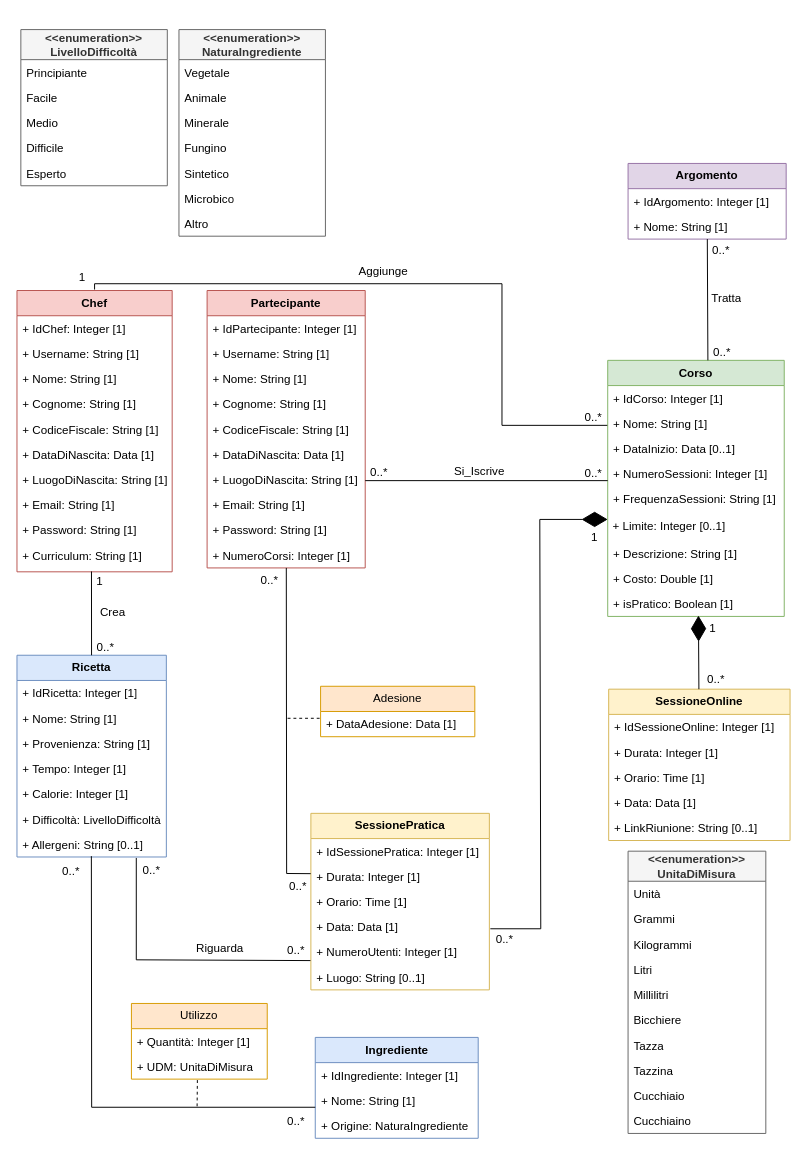
Above: Database/tmp concettuale/UninaFoodLab_UML_Ristrutturato.drawio in kiyx/UninaFoodLab (draw.io), before the change. Source tidied: cells renumbered, new cells numbered last; positions are measured from the earlier drawing's top-left corner, leaving out a move shared by most shapes. Both pictures are drawn from the tidied source at 97%, with x=0, y=0 at pixel (16, 29).
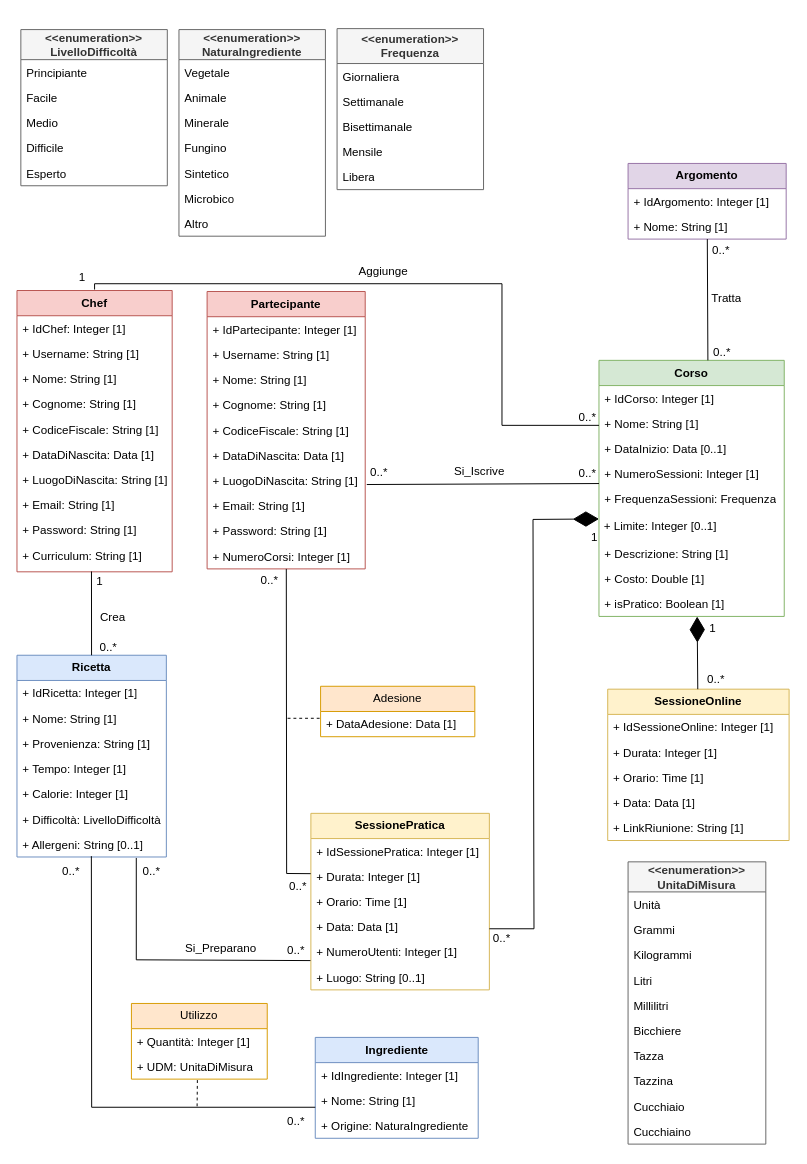
Above is the later version.

Unchanged cells that the change refers to:
```xml
<mxCell id="53" value="&lt;div style=&quot;text-align: left;&quot;&gt;&lt;b&gt;Argomento&lt;/b&gt;&lt;/div&gt;" style="swimlane;fontStyle=0;horizontal=1;startSize=26;whiteSpace=wrap;html=1;fillColor=#e1d5e7;strokeColor=#9673a6;" parent="1" vertex="1">
  <mxGeometry x="630" y="138" width="163" height="78" as="geometry" />
</mxCell>
<mxCell id="74" value="+ Allergeni: String [0..1]" style="text;strokeColor=none;fillColor=none;align=left;verticalAlign=top;spacingLeft=4;spacingRight=4;overflow=hidden;points=[[0,0.5],[1,0.5]];portConstraint=eastwest;whiteSpace=wrap;html=1;" parent="67" vertex="1">
  <mxGeometry y="182" width="154" height="26" as="geometry" />
</mxCell>
```

The edit, as a diff of the source:
```diff
@@
-    <mxCell id="2" value="0..*" style="text;html=1;align=center;verticalAlign=middle;strokeColor=none;fillColor=none;" parent="1" vertex="1">
-      <mxGeometry x="355" y="444" width="36" height="26" as="geometry" />
-    </mxCell>
-    <mxCell id="3" value="0..*" style="text;html=1;align=center;verticalAlign=middle;strokeColor=none;fillColor=none;" parent="1" vertex="1">
-      <mxGeometry x="576" y="445" width="36" height="26" as="geometry" />
-    </mxCell>
-    <mxCell id="4" value="Riguarda" style="text;html=1;align=center;verticalAlign=middle;strokeColor=none;fillColor=none;" parent="1" vertex="1">
-      <mxGeometry x="175" y="934" width="67" height="26" as="geometry" />
-    </mxCell>
-    <mxCell id="5" value="0..*" style="text;html=1;align=center;verticalAlign=middle;whiteSpace=wrap;rounded=0;" parent="1" vertex="1">
-      <mxGeometry x="487" y="927" width="32" height="21" as="geometry" />
-    </mxCell>
-    <mxCell id="6" value="1" style="edgeLabel;html=1;align=right;verticalAlign=bottom;fontSize=12;" parent="1" vertex="1">
-      <mxGeometry x="570" y="581" as="geometry">
-        <mxPoint x="29" y="-49" as="offset" />
-      </mxGeometry>
-    </mxCell>
-    <mxCell id="7" value="0..*" style="text;html=1;align=center;verticalAlign=middle;strokeColor=none;fillColor=none;" parent="1" vertex="1">
-      <mxGeometry x="576" y="387" width="36" height="26" as="geometry" />
-    </mxCell>
+    <mxCell id="126" value="0..*" style="text;html=1;align=center;verticalAlign=middle;points=[];strokeColor=none;fillColor=none;" parent="1" vertex="1">
+      <mxGeometry x="355" y="444" width="36" height="26" as="geometry" />
+    </mxCell>
+    <mxCell id="127" value="0..*" style="text;html=1;align=center;verticalAlign=middle;strokeColor=none;fillColor=none;" parent="1" vertex="1">
+      <mxGeometry x="570" y="445" width="36" height="26" as="geometry" />
+    </mxCell>
+    <mxCell id="128" value="Si_Preparano" style="text;html=1;align=center;verticalAlign=middle;strokeColor=none;fillColor=none;" parent="1" vertex="1">
+      <mxGeometry x="164" y="934" width="91" height="26" as="geometry" />
+    </mxCell>
+    <mxCell id="129" value="0..*" style="text;html=1;align=center;verticalAlign=middle;whiteSpace=wrap;rounded=0;" parent="1" vertex="1">
+      <mxGeometry x="484" y="926.5" width="32" height="21" as="geometry" />
+    </mxCell>
+    <mxCell id="130" value="1" style="edgeLabel;html=1;align=right;verticalAlign=bottom;fontSize=12;" parent="1" vertex="1">
+      <mxGeometry x="570" y="581" as="geometry">
+        <mxPoint x="29" y="-49" as="offset" />
+      </mxGeometry>
+    </mxCell>
+    <mxCell id="131" value="0..*" style="text;html=1;align=center;verticalAlign=middle;strokeColor=none;fillColor=none;" parent="1" vertex="1">
+      <mxGeometry x="570" y="387" width="36" height="26" as="geometry" />
+    </mxCell>
@@
-    <mxCell id="9" value="0..*" style="text;html=1;align=center;verticalAlign=middle;strokeColor=none;fillColor=none;" parent="1" vertex="1">
-      <mxGeometry x="242" y="555" width="36" height="26" as="geometry" />
-    </mxCell>
+    <mxCell id="132" value="0..*" style="text;html=1;align=center;verticalAlign=middle;strokeColor=none;fillColor=none;" parent="1" vertex="1">
+      <mxGeometry x="242" y="555" width="36" height="26" as="geometry" />
+    </mxCell>
@@
-    <mxCell id="11" value="0..*" style="edgeLabel;html=1;align=left;verticalAlign=bottom;fontSize=12;" parent="1" vertex="1">
-      <mxGeometry x="254" y="889" as="geometry">
-        <mxPoint x="25" y="3" as="offset" />
-      </mxGeometry>
-    </mxCell>
+    <mxCell id="133" value="0..*" style="edgeLabel;html=1;align=left;verticalAlign=bottom;fontSize=12;" parent="1" vertex="1">
+      <mxGeometry x="254" y="889" as="geometry">
+        <mxPoint x="25" y="3" as="offset" />
+      </mxGeometry>
+    </mxCell>
@@
-    <mxCell id="26" value="0..*" style="text;html=1;align=center;verticalAlign=middle;whiteSpace=wrap;rounded=0;" parent="1" vertex="1">
-      <mxGeometry x="26" y="853" width="60" height="30" as="geometry" />
-    </mxCell>
-    <mxCell id="27" value="0..*" style="text;html=1;align=center;verticalAlign=middle;whiteSpace=wrap;rounded=0;" parent="1" vertex="1">
-      <mxGeometry x="258" y="1111" width="60" height="30" as="geometry" />
-    </mxCell>
+    <mxCell id="134" value="0..*" style="text;html=1;align=center;verticalAlign=middle;whiteSpace=wrap;rounded=0;" parent="1" vertex="1">
+      <mxGeometry x="26" y="853" width="60" height="30" as="geometry" />
+    </mxCell>
+    <mxCell id="135" value="0..*" style="text;html=1;align=center;verticalAlign=middle;whiteSpace=wrap;rounded=0;" parent="1" vertex="1">
+      <mxGeometry x="258" y="1111" width="60" height="30" as="geometry" />
+    </mxCell>
@@
-    <mxCell id="29" value="0..*" style="text;html=1;align=center;verticalAlign=middle;whiteSpace=wrap;rounded=0;" parent="1" vertex="1">
-      <mxGeometry x="697" y="318" width="60" height="30" as="geometry" />
-    </mxCell>
-    <mxCell id="30" value="1" style="edgeLabel;html=1;align=right;verticalAlign=bottom;fontSize=12;" parent="1" vertex="1">
-      <mxGeometry x="692" y="675" as="geometry">
-        <mxPoint x="29" y="-49" as="offset" />
-      </mxGeometry>
-    </mxCell>
-    <mxCell id="31" value="0..*" style="text;html=1;align=center;verticalAlign=middle;whiteSpace=wrap;rounded=0;" parent="1" vertex="1">
-      <mxGeometry x="705" y="659" width="32" height="21" as="geometry" />
-    </mxCell>
+    <mxCell id="136" value="0..*" style="text;html=1;align=center;verticalAlign=middle;whiteSpace=wrap;rounded=0;" parent="1" vertex="1">
+      <mxGeometry x="697" y="318" width="60" height="30" as="geometry" />
+    </mxCell>
+    <mxCell id="137" value="1" style="edgeLabel;html=1;align=right;verticalAlign=bottom;fontSize=12;" parent="1" vertex="1">
+      <mxGeometry x="692" y="675" as="geometry">
+        <mxPoint x="29" y="-49" as="offset" />
+      </mxGeometry>
+    </mxCell>
+    <mxCell id="138" value="0..*" style="text;html=1;align=center;verticalAlign=middle;whiteSpace=wrap;rounded=0;" parent="1" vertex="1">
+      <mxGeometry x="705" y="659" width="32" height="21" as="geometry" />
+    </mxCell>
     <mxCell id="32" value="&lt;div&gt;&lt;span style=&quot;font-weight: 700;&quot;&gt;&amp;lt;&amp;lt;enumeration&amp;gt;&amp;gt;&lt;/span&gt;&lt;b&gt;&lt;/b&gt;&lt;/div&gt;&lt;div&gt;&lt;b&gt;UnitaDiMisura&lt;/b&gt;&lt;/div&gt;" style="swimlane;fontStyle=0;horizontal=1;startSize=31;fillColor=#f5f5f5;whiteSpace=wrap;html=1;strokeColor=#666666;fontColor=#333333;" parent="1" vertex="1">
-      <mxGeometry x="630" y="847" width="142" height="291" as="geometry" />
+      <mxGeometry x="630" y="858" width="142" height="291" as="geometry" />
     </mxCell>
@@
     <mxCell id="43" value="Corso" style="swimlane;fontStyle=1;align=center;verticalAlign=top;horizontal=1;startSize=26;whiteSpace=wrap;html=1;fillColor=#d5e8d4;strokeColor=#82b366;" parent="1" vertex="1">
-      <mxGeometry x="609" y="341" width="182" height="264" as="geometry" />
+      <mxGeometry x="600" y="341" width="191" height="264" as="geometry" />
     </mxCell>
     <mxCell id="44" value="+ IdCorso: Integer [1]" style="text;strokeColor=none;fillColor=none;align=left;verticalAlign=top;spacingLeft=4;spacingRight=4;overflow=hidden;whiteSpace=wrap;html=1;" parent="43" vertex="1">
-      <mxGeometry y="26" width="182" height="26" as="geometry" />
+      <mxGeometry y="26" width="191" height="26" as="geometry" />
     </mxCell>
     <mxCell id="45" value="+ Nome: String [1]" style="text;strokeColor=none;fillColor=none;align=left;verticalAlign=top;spacingLeft=4;spacingRight=4;overflow=hidden;whiteSpace=wrap;html=1;" parent="43" vertex="1">
-      <mxGeometry y="52" width="182" height="26" as="geometry" />
+      <mxGeometry y="52" width="191" height="26" as="geometry" />
     </mxCell>
     <mxCell id="46" value="+ DataInizio: Data [0..1]" style="text;strokeColor=none;fillColor=none;align=left;verticalAlign=top;spacingLeft=4;spacingRight=4;overflow=hidden;whiteSpace=wrap;html=1;" parent="43" vertex="1">
-      <mxGeometry y="78" width="182" height="26" as="geometry" />
+      <mxGeometry y="78" width="191" height="26" as="geometry" />
     </mxCell>
     <mxCell id="47" value="+ NumeroSessioni: Integer [1]" style="text;strokeColor=none;fillColor=none;align=left;verticalAlign=top;spacingLeft=4;spacingRight=4;overflow=hidden;whiteSpace=wrap;html=1;" parent="43" vertex="1">
-      <mxGeometry y="104" width="182" height="26" as="geometry" />
+      <mxGeometry y="104" width="191" height="26" as="geometry" />
     </mxCell>
-    <mxCell id="48" value="+ FrequenzaSessioni: String [1]" style="text;strokeColor=none;fillColor=none;align=left;verticalAlign=top;spacingLeft=4;spacingRight=4;overflow=hidden;whiteSpace=wrap;html=1;" parent="43" vertex="1">
-      <mxGeometry y="130" width="182" height="26" as="geometry" />
-    </mxCell>
+    <mxCell id="139" value="+ FrequenzaSessioni: Frequenza" style="text;strokeColor=none;fillColor=none;align=left;verticalAlign=top;spacingLeft=4;spacingRight=4;overflow=hidden;whiteSpace=wrap;html=1;" parent="43" vertex="1">
+      <mxGeometry y="130" width="191" height="26" as="geometry" />
+    </mxCell>
     <mxCell id="49" value="&amp;nbsp;+ Limite: Integer [0..1]" style="text;html=1;align=left;verticalAlign=middle;whiteSpace=wrap;rounded=0;" parent="43" vertex="1">
-      <mxGeometry y="156" width="182" height="30" as="geometry" />
+      <mxGeometry y="156" width="191" height="30" as="geometry" />
     </mxCell>
     <mxCell id="50" value="+ Descrizione: String [1]" style="text;strokeColor=none;fillColor=none;align=left;verticalAlign=top;spacingLeft=4;spacingRight=4;overflow=hidden;whiteSpace=wrap;html=1;" parent="43" vertex="1">
-      <mxGeometry y="186" width="182" height="26" as="geometry" />
+      <mxGeometry y="186" width="191" height="26" as="geometry" />
     </mxCell>
     <mxCell id="51" value="+ Costo: Double [1]" style="text;strokeColor=none;fillColor=none;align=left;verticalAlign=top;spacingLeft=4;spacingRight=4;overflow=hidden;whiteSpace=wrap;html=1;" parent="43" vertex="1">
-      <mxGeometry y="212" width="182" height="26" as="geometry" />
+      <mxGeometry y="212" width="191" height="26" as="geometry" />
     </mxCell>
     <mxCell id="52" value="+ isPratico: Boolean [1]" style="text;strokeColor=none;fillColor=none;align=left;verticalAlign=top;spacingLeft=4;spacingRight=4;overflow=hidden;points=[[0,0.5],[1,0.5]];portConstraint=eastwest;whiteSpace=wrap;html=1;" parent="43" vertex="1">
-      <mxGeometry y="238" width="182" height="26" as="geometry" />
+      <mxGeometry y="238" width="191" height="26" as="geometry" />
     </mxCell>
@@
     <mxCell id="78" value="Partecipante" style="swimlane;fontStyle=1;align=center;verticalAlign=top;horizontal=1;startSize=26;whiteSpace=wrap;html=1;fillColor=#f8cecc;strokeColor=#b85450;" parent="1" vertex="1">
-      <mxGeometry x="196" y="269" width="163" height="286" as="geometry" />
+      <mxGeometry x="196" y="270" width="163" height="286" as="geometry" />
     </mxCell>
@@
     <mxCell id="102" value="&lt;b&gt;SessioneOnline&lt;/b&gt;" style="swimlane;fontStyle=0;horizontal=1;startSize=26;whiteSpace=wrap;html=1;fillColor=#fff2cc;strokeColor=#d6b656;" parent="1" vertex="1">
-      <mxGeometry x="610" y="680" width="187" height="156" as="geometry" />
+      <mxGeometry x="609" y="680" width="187" height="156" as="geometry" />
     </mxCell>
@@
-    <mxCell id="107" value="+ LinkRiunione: String [0..1]" style="text;strokeColor=none;fillColor=none;align=left;verticalAlign=top;spacingLeft=4;spacingRight=4;overflow=hidden;whiteSpace=wrap;html=1;" parent="102" vertex="1">
-      <mxGeometry y="130" width="187" height="26" as="geometry" />
-    </mxCell>
-    <mxCell id="108" style="endArrow=none;html=1;rounded=0;entryX=0.498;entryY=0.967;entryDx=0;entryDy=0;entryPerimeter=0;" parent="1" edge="1" target="74">
-      <mxGeometry relative="1" as="geometry">
-        <mxPoint x="307.5" y="1111" as="sourcePoint" />
-        <Array as="points">
-          <mxPoint x="77" y="1111" />
-        </Array>
-      </mxGeometry>
-    </mxCell>
+    <mxCell id="140" value="+ LinkRiunione: String [1]" style="text;strokeColor=none;fillColor=none;align=left;verticalAlign=top;spacingLeft=4;spacingRight=4;overflow=hidden;whiteSpace=wrap;html=1;" parent="102" vertex="1">
+      <mxGeometry y="130" width="187" height="26" as="geometry" />
+    </mxCell>
+    <mxCell id="141" style="endArrow=none;html=1;rounded=0;entryX=0.498;entryY=0.967;entryDx=0;entryDy=0;entryPerimeter=0;" parent="1" edge="1" target="74">
+      <mxGeometry relative="1" as="geometry">
+        <mxPoint x="307.5" y="1111" as="sourcePoint" />
+        <Array as="points">
+          <mxPoint x="77" y="1111" />
+        </Array>
+      </mxGeometry>
+    </mxCell>
@@
-    <mxCell id="110" style="endArrow=none;html=1;rounded=0;entryX=-0.002;entryY=0.378;entryDx=0;entryDy=0;entryPerimeter=0;" parent="1" edge="1">
-      <mxGeometry relative="1" as="geometry">
-        <mxPoint x="123" y="854" as="sourcePoint" />
-        <mxPoint x="302.6" y="959.8" as="targetPoint" />
-        <Array as="points">
-          <mxPoint x="123" y="959" />
-        </Array>
-      </mxGeometry>
-    </mxCell>
+    <mxCell id="142" style="endArrow=none;html=1;rounded=0;entryX=-0.002;entryY=0.378;entryDx=0;entryDy=0;entryPerimeter=0;" parent="1" edge="1">
+      <mxGeometry relative="1" as="geometry">
+        <mxPoint x="123" y="854" as="sourcePoint" />
+        <mxPoint x="302.6" y="959.8" as="targetPoint" />
+        <Array as="points">
+          <mxPoint x="123" y="959" />
+        </Array>
+      </mxGeometry>
+    </mxCell>
@@
-    <mxCell id="112" style="endArrow=none;dashed=1;html=1;rounded=0;" parent="1" edge="1">
-      <mxGeometry relative="1" as="geometry">
-        <mxPoint x="279" y="710" as="sourcePoint" />
-        <mxPoint x="313" y="710" as="targetPoint" />
-      </mxGeometry>
-    </mxCell>
+    <mxCell id="143" style="endArrow=none;dashed=1;html=1;rounded=0;" parent="1" edge="1">
+      <mxGeometry relative="1" as="geometry">
+        <mxPoint x="279" y="710" as="sourcePoint" />
+        <mxPoint x="313" y="710" as="targetPoint" />
+      </mxGeometry>
+    </mxCell>
-    <mxCell id="113" style="endArrow=diamondThin;endFill=1;endSize=24;html=1;rounded=0;entryX=0.514;entryY=0.966;entryDx=0;entryDy=0;entryPerimeter=0;" parent="1" edge="1" source="102" target="52">
+    <mxCell id="113" style="endArrow=diamondThin;endFill=1;endSize=24;html=1;rounded=0;entryX=0.53;entryY=1.005;entryDx=0;entryDy=0;entryPerimeter=0;" parent="1" edge="1" source="102" target="52">
       <mxGeometry relative="1" as="geometry" />
     </mxCell>
-    <mxCell id="114" style="endArrow=diamondThin;endFill=1;endSize=24;html=1;rounded=0;" parent="1" edge="1">
-      <mxGeometry relative="1" as="geometry">
-        <mxPoint x="488" y="927" as="sourcePoint" />
-        <mxPoint x="609" y="505" as="targetPoint" />
-        <Array as="points">
-          <mxPoint x="540" y="927" />
-          <mxPoint x="539" y="505" />
-        </Array>
-      </mxGeometry>
-    </mxCell>
-    <mxCell id="115" style="endArrow=none;html=1;rounded=0;" parent="1" edge="1">
-      <mxGeometry relative="1" as="geometry">
-        <mxPoint x="609" y="465" as="sourcePoint" />
-        <mxPoint x="359" y="465" as="targetPoint" />
-      </mxGeometry>
-    </mxCell>
-    <mxCell id="116" style="endArrow=none;html=1;rounded=0;" parent="1" edge="1" target="53">
-      <mxGeometry relative="1" as="geometry">
-        <mxPoint x="712.3" y="341" as="sourcePoint" />
-      </mxGeometry>
-    </mxCell>
-    <mxCell id="117" style="endArrow=none;html=1;rounded=0;exitX=-0.002;exitY=0.154;exitDx=0;exitDy=0;exitPerimeter=0;" parent="1" edge="1">
-      <mxGeometry relative="1" as="geometry">
-        <mxPoint x="608.6" y="408" as="sourcePoint" />
-        <mxPoint x="80" y="268" as="targetPoint" />
-        <Array as="points">
-          <mxPoint x="500" y="408" />
-          <mxPoint x="500" y="262" />
-          <mxPoint x="80" y="262" />
-        </Array>
-      </mxGeometry>
-    </mxCell>
-    <mxCell id="118" style="endArrow=none;dashed=1;html=1;rounded=0;" parent="1" edge="1">
-      <mxGeometry relative="1" as="geometry">
-        <mxPoint x="185.7" y="1110" as="sourcePoint" />
-        <mxPoint x="186" y="1082" as="targetPoint" />
-      </mxGeometry>
-    </mxCell>
-    <mxCell id="119" value="1" style="edgeLabel;html=1;align=right;verticalAlign=bottom;fontSize=12;" parent="1" vertex="1">
-      <mxGeometry x="42" y="313" as="geometry">
-        <mxPoint x="29" y="-49" as="offset" />
-      </mxGeometry>
-    </mxCell>
+    <mxCell id="144" style="endArrow=diamondThin;endFill=1;endSize=24;html=1;rounded=0;entryX=0;entryY=0.25;entryDx=0;entryDy=0;" parent="1" edge="1" target="49">
+      <mxGeometry relative="1" as="geometry">
+        <mxPoint x="487" y="927" as="sourcePoint" />
+        <Array as="points">
+          <mxPoint x="533" y="927" />
+          <mxPoint x="532" y="505" />
+        </Array>
+      </mxGeometry>
+    </mxCell>
+    <mxCell id="145" style="endArrow=none;html=1;rounded=0;entryX=0.157;entryY=0.962;entryDx=0;entryDy=0;entryPerimeter=0;" parent="1" edge="1" target="126">
+      <mxGeometry relative="1" as="geometry">
+        <mxPoint x="600" y="468" as="sourcePoint" />
+      </mxGeometry>
+    </mxCell>
+    <mxCell id="146" style="endArrow=none;html=1;rounded=0;" parent="1" edge="1" target="53">
+      <mxGeometry relative="1" as="geometry">
+        <mxPoint x="712.3" y="341" as="sourcePoint" />
+      </mxGeometry>
+    </mxCell>
+    <mxCell id="147" style="endArrow=none;html=1;rounded=0;" parent="1" edge="1">
+      <mxGeometry relative="1" as="geometry">
+        <mxPoint x="600" y="408" as="sourcePoint" />
+        <mxPoint x="80" y="268" as="targetPoint" />
+        <Array as="points">
+          <mxPoint x="500" y="408" />
+          <mxPoint x="500" y="262" />
+          <mxPoint x="80" y="262" />
+        </Array>
+      </mxGeometry>
+    </mxCell>
+    <mxCell id="148" style="endArrow=none;dashed=1;html=1;rounded=0;" parent="1" edge="1">
+      <mxGeometry relative="1" as="geometry">
+        <mxPoint x="185.7" y="1110" as="sourcePoint" />
+        <mxPoint x="186" y="1082" as="targetPoint" />
+      </mxGeometry>
+    </mxCell>
+    <mxCell id="149" value="1" style="edgeLabel;html=1;align=right;verticalAlign=bottom;fontSize=12;" parent="1" vertex="1">
+      <mxGeometry x="42" y="313" as="geometry">
+        <mxPoint x="29" y="-49" as="offset" />
+      </mxGeometry>
+    </mxCell>
@@
-    <mxCell id="121" value="0..*" style="edgeLabel;html=1;align=left;verticalAlign=bottom;fontSize=12;" parent="1" vertex="1">
-      <mxGeometry x="83" y="937" as="geometry">
-        <mxPoint x="45" y="-62" as="offset" />
-      </mxGeometry>
-    </mxCell>
+    <mxCell id="150" value="0..*" style="edgeLabel;html=1;align=left;verticalAlign=bottom;fontSize=12;" parent="1" vertex="1">
+      <mxGeometry x="83" y="938" as="geometry">
+        <mxPoint x="45" y="-62" as="offset" />
+      </mxGeometry>
+    </mxCell>
@@
-    <mxCell id="123" value="0..*" style="text;html=1;align=center;verticalAlign=middle;strokeColor=none;fillColor=none;" parent="1" vertex="1">
-      <mxGeometry x="73" y="624" width="36" height="26" as="geometry" />
-    </mxCell>
-    <mxCell id="124" value="1" style="edgeLabel;html=1;align=right;verticalAlign=bottom;fontSize=12;" parent="1" vertex="1">
-      <mxGeometry x="60" y="626" as="geometry">
-        <mxPoint x="29" y="-49" as="offset" />
-      </mxGeometry>
-    </mxCell>
+    <mxCell id="151" value="0..*" style="text;html=1;align=center;verticalAlign=middle;strokeColor=none;fillColor=none;" parent="1" vertex="1">
+      <mxGeometry x="76" y="624" width="36" height="26" as="geometry" />
+    </mxCell>
+    <mxCell id="152" value="1" style="edgeLabel;html=1;align=right;verticalAlign=bottom;fontSize=12;" parent="1" vertex="1">
+      <mxGeometry x="60" y="626" as="geometry">
+        <mxPoint x="29" y="-49" as="offset" />
+      </mxGeometry>
+    </mxCell>
     <mxCell id="125" value="Crea" style="text;html=1;align=center;verticalAlign=middle;whiteSpace=wrap;rounded=0;" parent="1" vertex="1">
-      <mxGeometry x="69" y="585.5" width="60" height="30" as="geometry" />
+      <mxGeometry x="69" y="590.5" width="60" height="30" as="geometry" />
     </mxCell>
+    <mxCell id="153" value="&lt;div&gt;&lt;span style=&quot;background-color: transparent; color: light-dark(rgb(51, 51, 51), rgb(193, 193, 193)); font-weight: 700;&quot;&gt;&amp;lt;&amp;lt;enumeration&amp;gt;&amp;gt;&lt;/span&gt;&lt;/div&gt;&lt;div&gt;&lt;b&gt;Frequenza&lt;/b&gt;&lt;/div&gt;" style="swimlane;fontStyle=0;horizontal=1;startSize=36;fillColor=#f5f5f5;whiteSpace=wrap;html=1;strokeColor=#666666;fontColor=#333333;" parent="1" vertex="1">
+      <mxGeometry x="330" y="-1" width="151" height="166" as="geometry" />
+    </mxCell>
+    <mxCell id="154" value="Giornaliera" style="text;strokeColor=none;fillColor=none;align=left;verticalAlign=top;spacingLeft=4;spacingRight=4;overflow=hidden;whiteSpace=wrap;html=1;" parent="153" vertex="1">
+      <mxGeometry y="36" width="151" height="26" as="geometry" />
+    </mxCell>
+    <mxCell id="155" value="Settimanale" style="text;strokeColor=none;fillColor=none;align=left;verticalAlign=top;spacingLeft=4;spacingRight=4;overflow=hidden;whiteSpace=wrap;html=1;" parent="153" vertex="1">
+      <mxGeometry y="62" width="151" height="26" as="geometry" />
+    </mxCell>
+    <mxCell id="156" value="Bisettimanale" style="text;strokeColor=none;fillColor=none;align=left;verticalAlign=top;spacingLeft=4;spacingRight=4;overflow=hidden;whiteSpace=wrap;html=1;" parent="153" vertex="1">
+      <mxGeometry y="88" width="151" height="26" as="geometry" />
+    </mxCell>
+    <mxCell id="157" value="Mensile" style="text;strokeColor=none;fillColor=none;align=left;verticalAlign=top;spacingLeft=4;spacingRight=4;overflow=hidden;whiteSpace=wrap;html=1;" parent="153" vertex="1">
+      <mxGeometry y="114" width="151" height="26" as="geometry" />
+    </mxCell>
+    <mxCell id="158" value="Libera" style="text;strokeColor=none;fillColor=none;align=left;verticalAlign=top;spacingLeft=4;spacingRight=4;overflow=hidden;whiteSpace=wrap;html=1;" parent="153" vertex="1">
+      <mxGeometry y="140" width="151" height="26" as="geometry" />
+    </mxCell>
```
